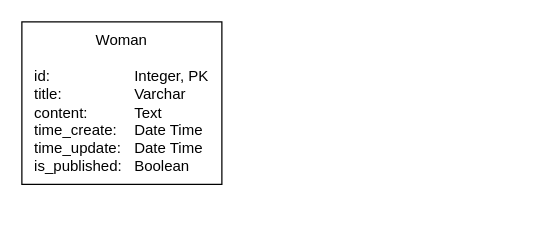
The draw.io diagram sitewomen/db.drawio in ShamaHamilton/sitewomen, before the edit. Source tidied: cells renumbered, new cells numbered last; positions are measured from the earlier drawing's top-left corner, leaving out a move shared by most shapes. Both pictures are drawn from the tidied source at 125%, with x=0, y=0 at pixel (21, 21).
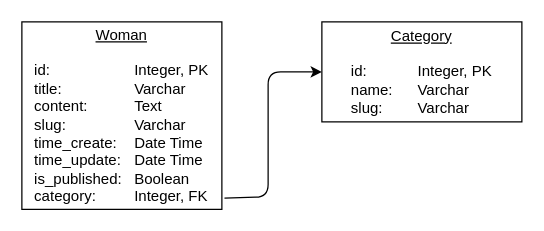
The same page after the edit.

Commit message (it also covers changes not shown here):
feat: Many-to-one (women-category).

Change to the diagram source:
```diff
@@
 <mxGraphModel>
   <root>
     <mxCell id="0" />
     <mxCell id="1" parent="0" />
-    <mxCell id="2" value="&lt;div style=&quot;&quot;&gt;&lt;span style=&quot;background-color: initial;&quot;&gt;Woman&lt;/span&gt;&lt;/div&gt;&lt;div style=&quot;&quot;&gt;&lt;span style=&quot;background-color: initial;&quot;&gt;&lt;br&gt;&lt;/span&gt;&lt;/div&gt;&lt;div style=&quot;text-align: left;&quot;&gt;&lt;span style=&quot;background-color: initial;&quot;&gt;id:&lt;/span&gt;&lt;span style=&quot;background-color: initial; white-space: pre;&quot;&gt;&#9;&lt;span style=&quot;white-space: pre;&quot;&gt;&#9;&lt;/span&gt;&lt;span style=&quot;white-space: pre;&quot;&gt;&#9;&lt;/span&gt;&lt;/span&gt;&lt;span style=&quot;background-color: initial;&quot;&gt;Integer, PK&lt;/span&gt;&lt;/div&gt;&lt;div style=&quot;text-align: left;&quot;&gt;&lt;span style=&quot;background-color: initial;&quot;&gt;title:&lt;/span&gt;&lt;span style=&quot;background-color: initial; white-space: pre;&quot;&gt;&#9;&lt;span style=&quot;white-space: pre;&quot;&gt;&#9;&lt;/span&gt;&lt;span style=&quot;white-space: pre;&quot;&gt;&#9;&lt;/span&gt;&lt;/span&gt;&lt;span style=&quot;background-color: initial;&quot;&gt;Varchar&lt;/span&gt;&lt;/div&gt;&lt;div style=&quot;text-align: left;&quot;&gt;content: &lt;span style=&quot;white-space: pre;&quot;&gt;&#9;&lt;/span&gt;&lt;span style=&quot;white-space: pre;&quot;&gt;&#9;&lt;/span&gt;Text&lt;/div&gt;&lt;div style=&quot;text-align: left;&quot;&gt;time_create: &lt;span style=&quot;white-space: pre;&quot;&gt;&#9;&lt;/span&gt;Date Time&lt;/div&gt;&lt;div style=&quot;text-align: left;&quot;&gt;time_update: &lt;span style=&quot;white-space: pre;&quot;&gt;&#9;&lt;/span&gt;Date Time&lt;/div&gt;&lt;div style=&quot;text-align: left;&quot;&gt;is_published: &lt;span style=&quot;white-space: pre;&quot;&gt;&#9;&lt;/span&gt;Boolean&lt;/div&gt;" style="rounded=0;whiteSpace=wrap;html=1;" parent="1" vertex="1">
-      <mxGeometry width="160" height="130" as="geometry" />
+    <mxCell id="2" value="&lt;div style=&quot;&quot;&gt;&lt;span style=&quot;background-color: initial;&quot;&gt;&lt;u&gt;Woman&lt;/u&gt;&lt;/span&gt;&lt;/div&gt;&lt;div style=&quot;&quot;&gt;&lt;span style=&quot;background-color: initial;&quot;&gt;&lt;br&gt;&lt;/span&gt;&lt;/div&gt;&lt;div style=&quot;text-align: left;&quot;&gt;&lt;span style=&quot;background-color: initial;&quot;&gt;id:&lt;/span&gt;&lt;span style=&quot;background-color: initial; white-space: pre;&quot;&gt;&#9;&lt;span style=&quot;white-space: pre;&quot;&gt;&#9;&lt;/span&gt;&lt;span style=&quot;white-space: pre;&quot;&gt;&#9;&lt;/span&gt;&lt;/span&gt;&lt;span style=&quot;background-color: initial;&quot;&gt;Integer, PK&lt;/span&gt;&lt;/div&gt;&lt;div style=&quot;text-align: left;&quot;&gt;&lt;span style=&quot;background-color: initial;&quot;&gt;title:&lt;/span&gt;&lt;span style=&quot;background-color: initial; white-space: pre;&quot;&gt;&#9;&lt;span style=&quot;white-space: pre;&quot;&gt;&#9;&lt;/span&gt;&lt;span style=&quot;white-space: pre;&quot;&gt;&#9;&lt;/span&gt;&lt;/span&gt;&lt;span style=&quot;background-color: initial;&quot;&gt;Varchar&lt;/span&gt;&lt;/div&gt;&lt;div style=&quot;text-align: left;&quot;&gt;content: &lt;span style=&quot;white-space: pre;&quot;&gt;&#9;&lt;/span&gt;&lt;span style=&quot;white-space: pre;&quot;&gt;&#9;&lt;/span&gt;Text&lt;/div&gt;&lt;div style=&quot;text-align: left;&quot;&gt;slug:&lt;span style=&quot;white-space: pre;&quot;&gt;&#9;&lt;/span&gt;&lt;span style=&quot;white-space: pre;&quot;&gt;&#9;&lt;/span&gt;Varchar&lt;/div&gt;&lt;div style=&quot;text-align: left;&quot;&gt;time_create: &lt;span style=&quot;white-space: pre;&quot;&gt;&#9;&lt;/span&gt;Date Time&lt;/div&gt;&lt;div style=&quot;text-align: left;&quot;&gt;time_update: &lt;span style=&quot;white-space: pre;&quot;&gt;&#9;&lt;/span&gt;Date Time&lt;/div&gt;&lt;div style=&quot;text-align: left;&quot;&gt;is_published: &lt;span style=&quot;white-space: pre;&quot;&gt;&#9;&lt;/span&gt;Boolean&lt;/div&gt;&lt;div style=&quot;text-align: left;&quot;&gt;category:&lt;span style=&quot;white-space: pre;&quot;&gt;&#9;&lt;/span&gt;&lt;span style=&quot;white-space: pre;&quot;&gt;&#9;&lt;/span&gt;Integer, FK&lt;/div&gt;" style="rounded=0;whiteSpace=wrap;html=1;" parent="1" vertex="1">
+      <mxGeometry width="160" height="150" as="geometry" />
     </mxCell>
+    <mxCell id="3" value="&lt;u&gt;Category&lt;/u&gt;&lt;br&gt;&lt;br&gt;&lt;div style=&quot;text-align: left;&quot;&gt;id:&lt;span style=&quot;white-space: pre;&quot;&gt;&#9;&lt;/span&gt;&lt;span style=&quot;white-space: pre;&quot;&gt;&#9;&lt;/span&gt;Integer, PK&lt;/div&gt;&lt;div style=&quot;text-align: left;&quot;&gt;name:&lt;span style=&quot;white-space: pre;&quot;&gt;&#9;&lt;/span&gt;Varchar&lt;/div&gt;&lt;div style=&quot;text-align: left;&quot;&gt;slug:&lt;span style=&quot;white-space: pre;&quot;&gt;&#9;&lt;/span&gt;Varchar&lt;/div&gt;" style="rounded=0;whiteSpace=wrap;html=1;" parent="1" vertex="1">
+      <mxGeometry x="240" width="160" height="80" as="geometry" />
+    </mxCell>
+    <mxCell id="4" style="endArrow=classic;html=1;exitX=1.013;exitY=0.94;exitDx=0;exitDy=0;exitPerimeter=0;" parent="1" edge="1" source="2" target="3">
+      <mxGeometry relative="1" as="geometry">
+        <Array as="points">
+          <mxPoint x="197" y="140" />
+          <mxPoint x="197" y="40" />
+        </Array>
+      </mxGeometry>
+    </mxCell>
   </root>
 </mxGraphModel>
```
